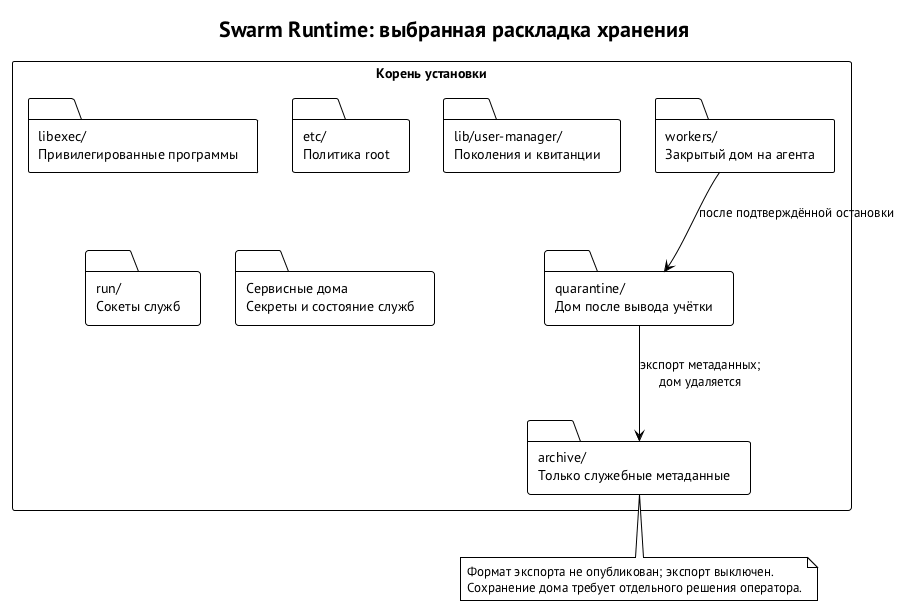
Before: book/diagrams/platform-storage-layout.png, a diagram exported from PlantUML (relux-works/swarma-docs). The source it was exported from:
```plantuml
@startuml platform-storage-layout
!theme plain
skinparam defaultFontName "PT Sans"
skinparam shadowing false
skinparam packageStyle rectangle
title Swarm Runtime: выбранная раскладка хранения
package "Корень установки" {
  folder "libexec/\nПривилегированные программы" as BIN
  folder "etc/\nПолитика root" as ETC
  folder "lib/user-manager/\nПоколения и квитанции" as LEDGER
  folder "run/\nСокеты служб" as RUN
  folder "Сервисные дома\nСекреты и состояние служб" as SERVICES
  folder "workers/\nЗакрытый дом на агента" as WORKERS
  folder "quarantine/\nДом после вывода учётки" as QUAR
  folder "archive/\nТолько служебные метаданные" as ARCH
}
WORKERS --> QUAR : после подтверждённой остановки
QUAR --> ARCH : экспорт метаданных;\nдом удаляется
note bottom of ARCH
  Формат экспорта не опубликован; экспорт выключен.
  Сохранение дома требует отдельного решения оператора.
end note
@enduml
```
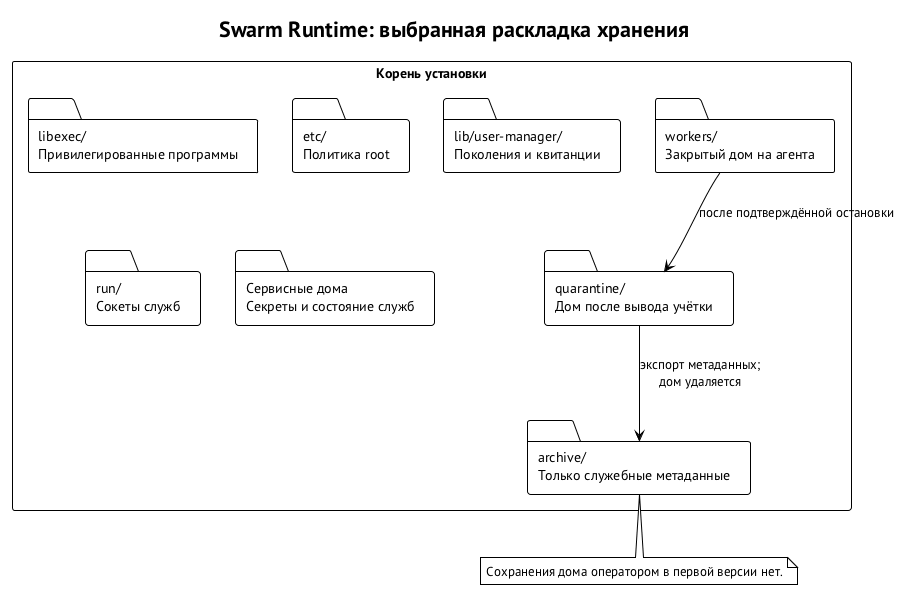
After the commit.

The edit, as a diff of the source:
```diff
@@ -17,7 +17,6 @@
 WORKERS --> QUAR : после подтверждённой остановки
 QUAR --> ARCH : экспорт метаданных;\nдом удаляется
 note bottom of ARCH
-  Формат экспорта не опубликован; экспорт выключен.
-  Сохранение дома требует отдельного решения оператора.
+  Сохранения дома оператором в первой версии нет.
 end note
 @enduml
```
